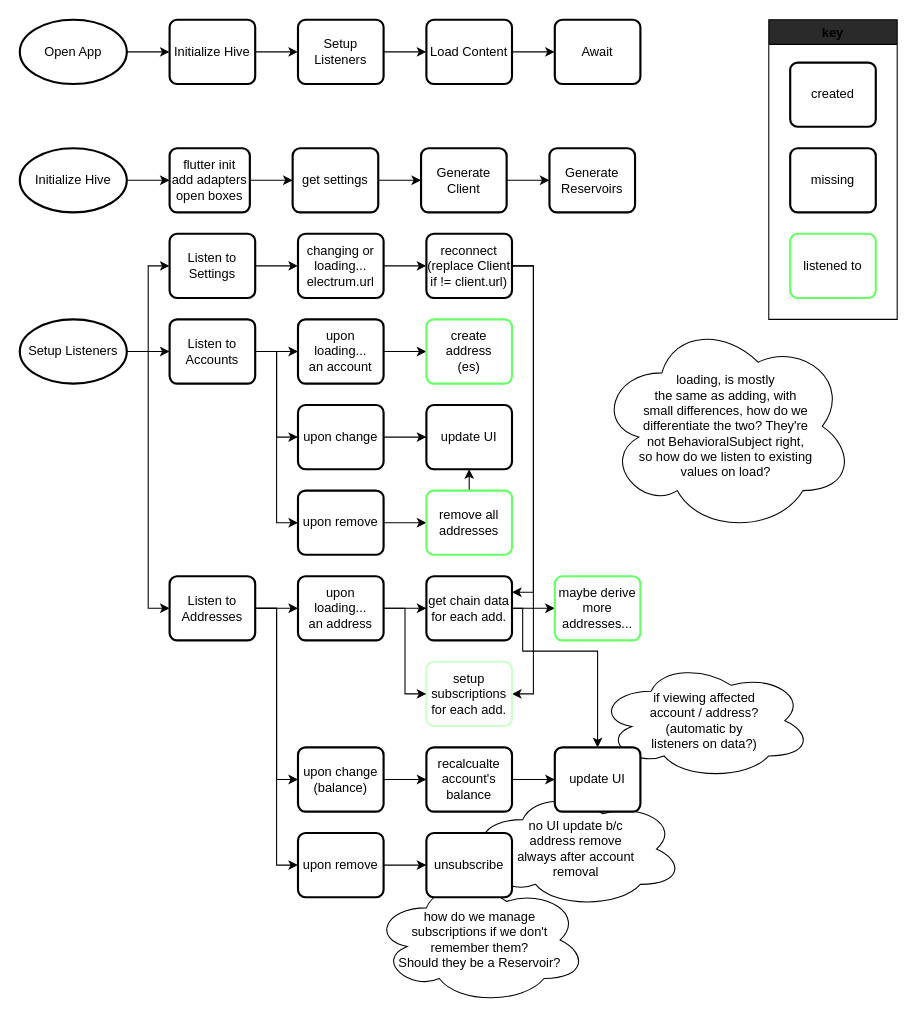
Before: raven_back/docs/diagrams/startup-process.drawio in moontreeapp/moontree, a draw.io diagram. Source tidied: cells renumbered, new cells numbered last; positions are measured from the earlier drawing's top-left corner, leaving out a move shared by most shapes. Both pictures are drawn from the tidied source at 107%, with x=0, y=0 at pixel (19, 19).
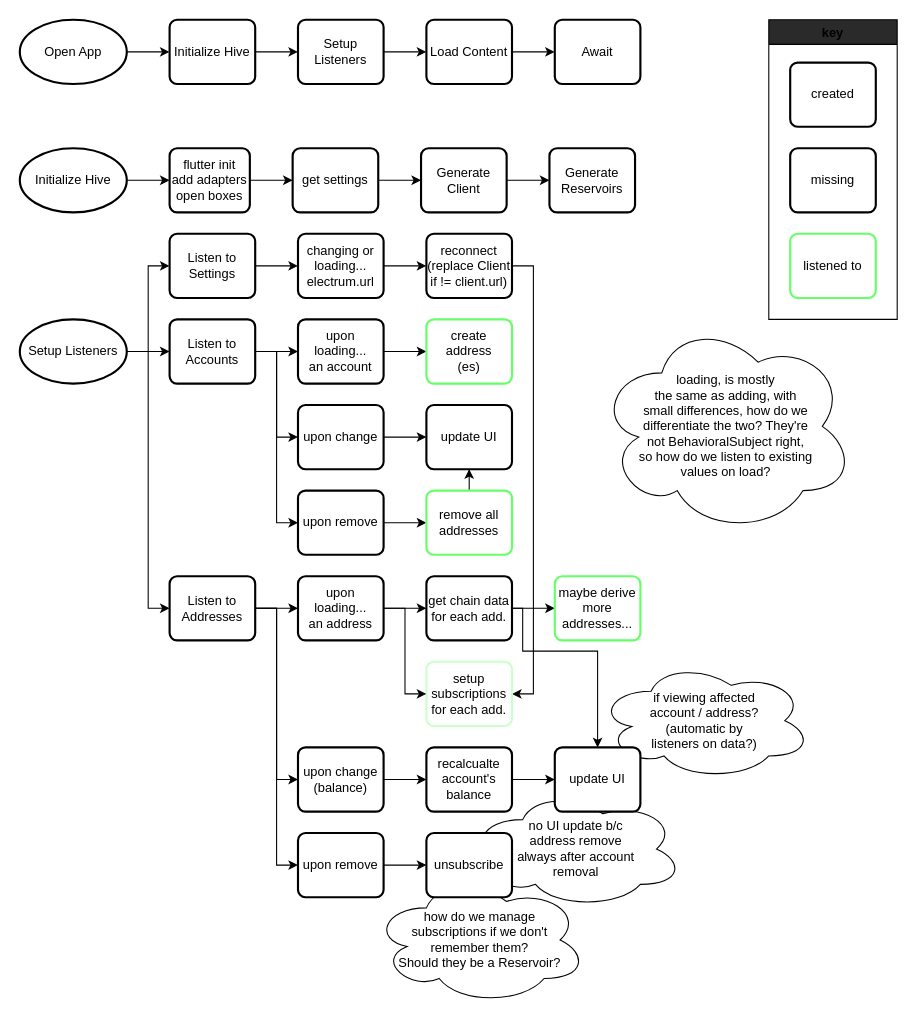
After the change.

Unchanged cells that the change refers to:
```xml
<mxCell id="33" value="reconnect&lt;br&gt;(replace Client if != client.url)" style="rounded=1;whiteSpace=wrap;html=1;absoluteArcSize=1;arcSize=14;strokeWidth=2;gradientColor=#ffffff;" parent="1" vertex="1">
  <mxGeometry x="380" y="200" width="80" height="60" as="geometry" />
</mxCell>
<mxCell id="44" value="get chain data&lt;br&gt;for each add." style="rounded=1;whiteSpace=wrap;html=1;absoluteArcSize=1;arcSize=14;strokeWidth=2;" parent="1" vertex="1">
  <mxGeometry x="380" y="520" width="80" height="60" as="geometry" />
</mxCell>
```

Diff of the diagram source:
```diff
@@
-    <mxCell id="32" style="rounded=0;jettySize=auto;html=1;entryX=1;entryY=0.25;entryDx=0;entryDy=0;edgeStyle=orthogonalEdgeStyle;exitX=1;exitY=0.5;exitDx=0;exitDy=0;" parent="1" edge="1" source="33" target="44">
-      <mxGeometry relative="1" as="geometry">
-        <Array as="points">
-          <mxPoint x="480" y="230" />
-          <mxPoint x="480" y="535" />
-        </Array>
-      </mxGeometry>
-    </mxCell>
```
